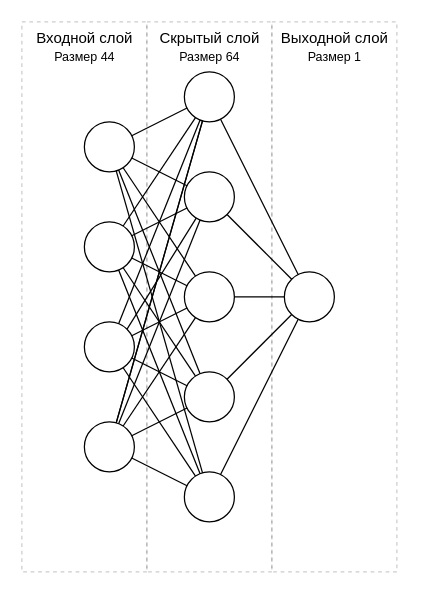
Above: networkDiagram.drawio in TigDang/pastaGenerator (draw.io), before the change. Source tidied: cells renumbered, new cells numbered last; positions are measured from the earlier drawing's top-left corner, leaving out a move shared by most shapes. Both pictures are drawn from the tidied source at 125%, with x=0, y=0 at pixel (21, 21).
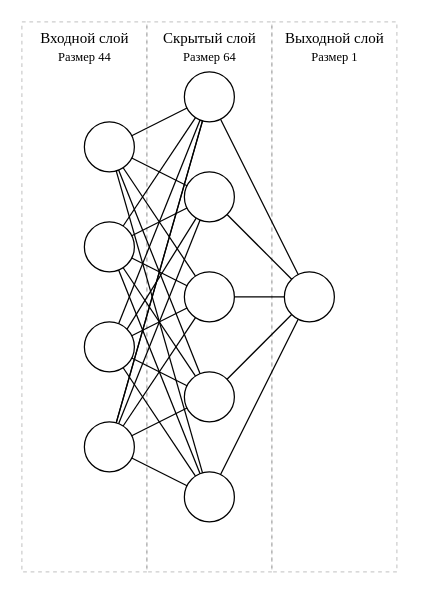
The same page after the edit.

Diff of the diagram source:
```diff
@@
-    <mxCell id="41" value="Скрытый слой&lt;br&gt;&lt;font style=&quot;font-size: 10px;&quot;&gt;Размер 64&lt;/font&gt;" style="text;html=1;align=center;verticalAlign=middle;fillColor=none;strokeColor=none;rounded=0;" parent="1" vertex="1">
+    <mxCell id="41" value="Скрытый слой&lt;br&gt;&lt;font style=&quot;font-size: 10px;&quot;&gt;Размер 64&lt;/font&gt;" style="text;html=1;align=center;verticalAlign=middle;fillColor=none;strokeColor=none;rounded=0;fontFamily=Times New Roman;" parent="1" vertex="1">
       <mxGeometry x="100" width="100" height="40" as="geometry" />
     </mxCell>
-    <mxCell id="42" value="Входной слой&lt;br&gt;&lt;font style=&quot;font-size: 10px;&quot;&gt;Размер 44&lt;/font&gt;" style="text;html=1;align=center;verticalAlign=middle;fillColor=none;strokeColor=none;rounded=0;" parent="1" vertex="1">
-      <mxGeometry width="100" height="40" as="geometry" />
+    <mxCell id="42" value="Входной слой&lt;br&gt;&lt;font style=&quot;font-size: 10px;&quot;&gt;Размер 44&lt;/font&gt;" style="text;html=1;align=center;verticalAlign=middle;fillColor=none;strokeColor=none;rounded=0;fontFamily=Times New Roman;" parent="1" vertex="1">
+      <mxGeometry x="5" width="90" height="40" as="geometry" />
     </mxCell>
-    <mxCell id="43" value="Выходной слой&lt;br&gt;&lt;font style=&quot;font-size: 10px;&quot;&gt;Размер 1&lt;/font&gt;" style="text;html=1;align=center;verticalAlign=middle;fillColor=none;strokeColor=none;rounded=0;" parent="1" vertex="1">
-      <mxGeometry x="195" width="110" height="40" as="geometry" />
+    <mxCell id="43" value="Выходной слой&lt;br&gt;&lt;font style=&quot;font-size: 10px;&quot;&gt;Размер 1&lt;/font&gt;" style="text;html=1;align=center;verticalAlign=middle;fillColor=none;strokeColor=none;rounded=0;fontFamily=Times New Roman;" parent="1" vertex="1">
+      <mxGeometry x="200" width="100" height="40" as="geometry" />
     </mxCell>
```
